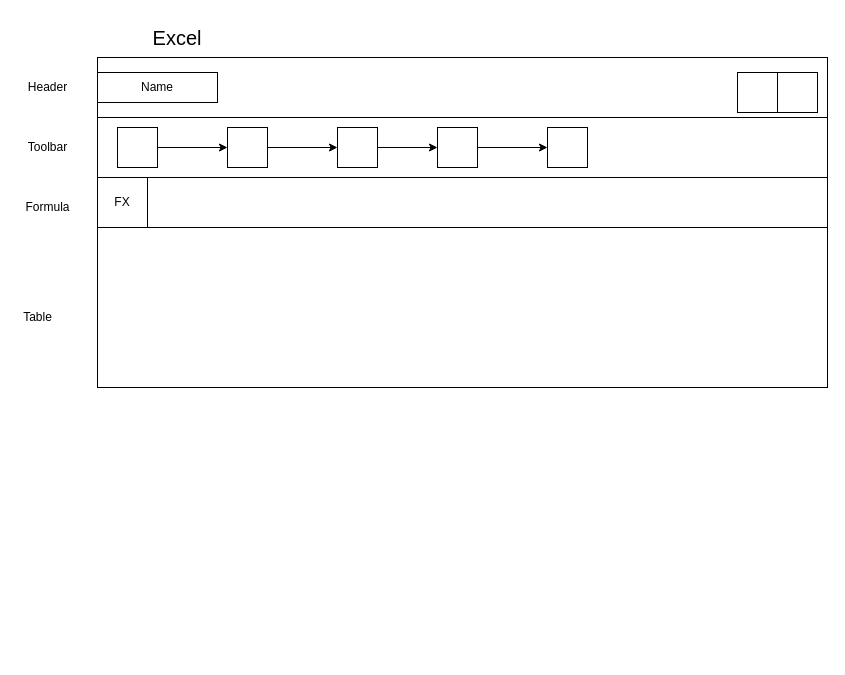
This is Untitled Diagram.drawio from M1ndForce/Excel_proj_pure_JS, a draw.io file, before an edit. Source tidied: cells renumbered, new cells numbered last; positions are measured from the earlier drawing's top-left corner, leaving out a move shared by most shapes. Both pictures are drawn from the tidied source at 100%, with x=0, y=0 at pixel (17, 17).
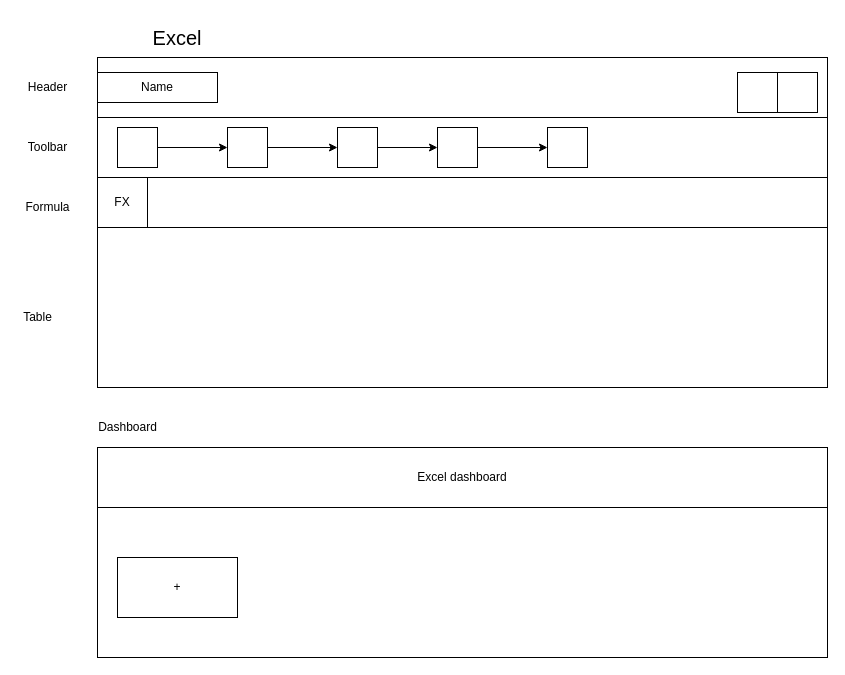
The same diagram, later.

Change to the diagram source:
```diff
@@
+    <mxCell id="24" style="rounded=0;whiteSpace=wrap;html=1;" parent="1" vertex="1">
+      <mxGeometry x="80" y="430" width="730" height="210" as="geometry" />
+    </mxCell>
+    <mxCell id="25" value="Dashboard" style="text;html=1;align=center;verticalAlign=middle;" parent="1" vertex="1">
+      <mxGeometry x="75" y="400" width="70" height="20" as="geometry" />
+    </mxCell>
+    <mxCell id="26" value="Excel dashboard" style="rounded=0;whiteSpace=wrap;html=1;" parent="1" vertex="1">
+      <mxGeometry x="80" y="430" width="730" height="60" as="geometry" />
+    </mxCell>
+    <mxCell id="27" value="+" style="rounded=0;whiteSpace=wrap;html=1;" parent="1" vertex="1">
+      <mxGeometry x="100" y="540" width="120" height="60" as="geometry" />
+    </mxCell>
```
